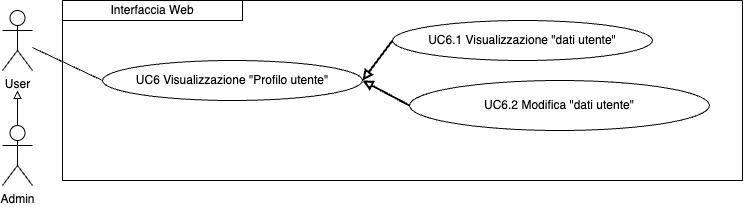
ShameIRL/farmacode keeps this draw.io diagram as imgs/Uml/UC6.png. Above is the earlier version. Source tidied: cells renumbered, new cells last; positions are measured from the earlier drawing's top-left corner, leaving out a move shared by most shapes. Its diagram source:
```xml
<mxGraphModel>
  <root>
    <mxCell id="0" />
    <mxCell id="1" parent="0" />
    <mxCell id="2" value="User" style="shape=umlActor;verticalLabelPosition=bottom;verticalAlign=top;html=1;outlineConnect=0;" parent="1" vertex="1">
      <mxGeometry y="10" width="30" height="60" as="geometry" />
    </mxCell>
    <mxCell id="3" style="swimlane;startSize=0;" parent="1" vertex="1">
      <mxGeometry x="60" width="680" height="180" as="geometry" />
    </mxCell>
    <mxCell id="4" value="UC6 Visualizzazione &quot;Profilo utente&quot;" style="ellipse;whiteSpace=wrap;html=1;" parent="3" vertex="1">
      <mxGeometry x="40" y="60" width="260" height="40" as="geometry" />
    </mxCell>
    <mxCell id="5" value="Interfaccia Web" style="rounded=0;whiteSpace=wrap;html=1;" parent="3" vertex="1">
      <mxGeometry width="180" height="20" as="geometry" />
    </mxCell>
    <mxCell id="6" value="UC6.1 Visualizzazione &quot;dati utente&quot;" style="ellipse;whiteSpace=wrap;html=1;" parent="3" vertex="1">
      <mxGeometry x="330" y="20" width="260" height="40" as="geometry" />
    </mxCell>
    <mxCell id="7" value="UC6.2 Modifica &quot;dati utente&quot;" style="ellipse;whiteSpace=wrap;html=1;" parent="3" vertex="1">
      <mxGeometry x="347" y="80" width="300" height="50" as="geometry" />
    </mxCell>
    <mxCell id="8" style="endArrow=none;html=1;rounded=0;entryX=0;entryY=0.5;entryDx=0;entryDy=0;startArrow=block;startFill=0;strokeWidth=2;" parent="3" edge="1">
      <mxGeometry relative="1" as="geometry">
        <mxPoint x="300" y="80" as="sourcePoint" />
        <mxPoint x="330" y="40" as="targetPoint" />
      </mxGeometry>
    </mxCell>
    <mxCell id="9" style="edgeStyle=orthogonalEdgeStyle;rounded=0;jettySize=auto;html=1;exitX=0.5;exitY=0;exitDx=0;exitDy=0;exitPerimeter=0;endArrow=block;endFill=0;" parent="1" edge="1" source="10">
      <mxGeometry relative="1" as="geometry">
        <mxPoint x="15" y="90" as="targetPoint" />
      </mxGeometry>
    </mxCell>
    <mxCell id="10" value="Admin" style="shape=umlActor;verticalLabelPosition=bottom;verticalAlign=top;html=1;outlineConnect=0;" parent="1" vertex="1">
      <mxGeometry y="125" width="30" height="60" as="geometry" />
    </mxCell>
    <mxCell id="11" style="endArrow=none;html=1;rounded=0;entryX=0;entryY=0.5;entryDx=0;entryDy=0;" parent="1" edge="1" source="2" target="4">
      <mxGeometry relative="1" as="geometry" />
    </mxCell>
    <mxCell id="12" style="endArrow=none;html=1;rounded=0;entryX=0;entryY=0.5;entryDx=0;entryDy=0;startArrow=block;startFill=0;strokeWidth=2;" parent="1" edge="1" target="7">
      <mxGeometry relative="1" as="geometry">
        <mxPoint x="360" y="80" as="sourcePoint" />
      </mxGeometry>
    </mxCell>
  </root>
</mxGraphModel>
```
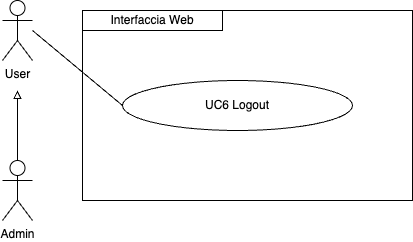
The same diagram one commit later.

Change to the diagram source:
```diff
@@ -2,45 +2,30 @@
   <root>
     <mxCell id="0" />
     <mxCell id="1" parent="0" />
+    <mxCell id="13" style="edgeStyle=orthogonalEdgeStyle;rounded=0;jettySize=auto;html=1;exitX=0.5;exitY=0;exitDx=0;exitDy=0;exitPerimeter=0;endArrow=block;endFill=0;" parent="1" edge="1" source="10">
+      <mxGeometry relative="1" as="geometry">
+        <mxPoint x="-5" y="40" as="targetPoint" />
+      </mxGeometry>
+    </mxCell>
+    <mxCell id="10" value="Admin" style="shape=umlActor;verticalLabelPosition=bottom;verticalAlign=top;html=1;outlineConnect=0;" parent="1" vertex="1">
+      <mxGeometry x="-20" y="110" width="30" height="60" as="geometry" />
+    </mxCell>
+    <mxCell id="14" value="UC6 Logout" style="ellipse;whiteSpace=wrap;html=1;" parent="1" vertex="1">
+      <mxGeometry x="100" y="30" width="230" height="50" as="geometry" />
+    </mxCell>
     <mxCell id="2" value="User" style="shape=umlActor;verticalLabelPosition=bottom;verticalAlign=top;html=1;outlineConnect=0;" parent="1" vertex="1">
-      <mxGeometry y="10" width="30" height="60" as="geometry" />
+      <mxGeometry x="-20" y="-50" width="30" height="60" as="geometry" />
     </mxCell>
-    <mxCell id="3" style="swimlane;startSize=0;" parent="1" vertex="1">
-      <mxGeometry x="60" width="680" height="180" as="geometry" />
-    </mxCell>
-    <mxCell id="4" value="UC6 Visualizzazione &quot;Profilo utente&quot;" style="ellipse;whiteSpace=wrap;html=1;" parent="3" vertex="1">
-      <mxGeometry x="40" y="60" width="260" height="40" as="geometry" />
-    </mxCell>
+    <mxCell id="15" style="endArrow=none;html=1;rounded=0;entryX=0;entryY=0.5;entryDx=0;entryDy=0;" parent="1" edge="1" target="14">
+      <mxGeometry relative="1" as="geometry">
+        <mxPoint x="10" y="-20" as="sourcePoint" />
+      </mxGeometry>
+    </mxCell>
+    <mxCell id="16" style="rounded=0;whiteSpace=wrap;html=1;fillColor=none;" parent="1" vertex="1">
+      <mxGeometry x="60" y="-40" width="330" height="190" as="geometry" />
+    </mxCell>
-    <mxCell id="5" value="Interfaccia Web" style="rounded=0;whiteSpace=wrap;html=1;" parent="3" vertex="1">
-      <mxGeometry width="180" height="20" as="geometry" />
+    <mxCell id="5" value="Interfaccia Web" style="rounded=0;whiteSpace=wrap;html=1;" parent="1" vertex="1">
+      <mxGeometry x="60" y="-40" width="140" height="20" as="geometry" />
     </mxCell>
-    <mxCell id="6" value="UC6.1 Visualizzazione &quot;dati utente&quot;" style="ellipse;whiteSpace=wrap;html=1;" parent="3" vertex="1">
-      <mxGeometry x="330" y="20" width="260" height="40" as="geometry" />
-    </mxCell>
-    <mxCell id="7" value="UC6.2 Modifica &quot;dati utente&quot;" style="ellipse;whiteSpace=wrap;html=1;" parent="3" vertex="1">
-      <mxGeometry x="347" y="80" width="300" height="50" as="geometry" />
-    </mxCell>
-    <mxCell id="8" style="endArrow=none;html=1;rounded=0;entryX=0;entryY=0.5;entryDx=0;entryDy=0;startArrow=block;startFill=0;strokeWidth=2;" parent="3" edge="1">
-      <mxGeometry relative="1" as="geometry">
-        <mxPoint x="300" y="80" as="sourcePoint" />
-        <mxPoint x="330" y="40" as="targetPoint" />
-      </mxGeometry>
-    </mxCell>
-    <mxCell id="9" style="edgeStyle=orthogonalEdgeStyle;rounded=0;jettySize=auto;html=1;exitX=0.5;exitY=0;exitDx=0;exitDy=0;exitPerimeter=0;endArrow=block;endFill=0;" parent="1" edge="1" source="10">
-      <mxGeometry relative="1" as="geometry">
-        <mxPoint x="15" y="90" as="targetPoint" />
-      </mxGeometry>
-    </mxCell>
-    <mxCell id="10" value="Admin" style="shape=umlActor;verticalLabelPosition=bottom;verticalAlign=top;html=1;outlineConnect=0;" parent="1" vertex="1">
-      <mxGeometry y="125" width="30" height="60" as="geometry" />
-    </mxCell>
-    <mxCell id="11" style="endArrow=none;html=1;rounded=0;entryX=0;entryY=0.5;entryDx=0;entryDy=0;" parent="1" edge="1" source="2" target="4">
-      <mxGeometry relative="1" as="geometry" />
-    </mxCell>
-    <mxCell id="12" style="endArrow=none;html=1;rounded=0;entryX=0;entryY=0.5;entryDx=0;entryDy=0;startArrow=block;startFill=0;strokeWidth=2;" parent="1" edge="1" target="7">
-      <mxGeometry relative="1" as="geometry">
-        <mxPoint x="360" y="80" as="sourcePoint" />
-      </mxGeometry>
-    </mxCell>
   </root>
 </mxGraphModel>
```
